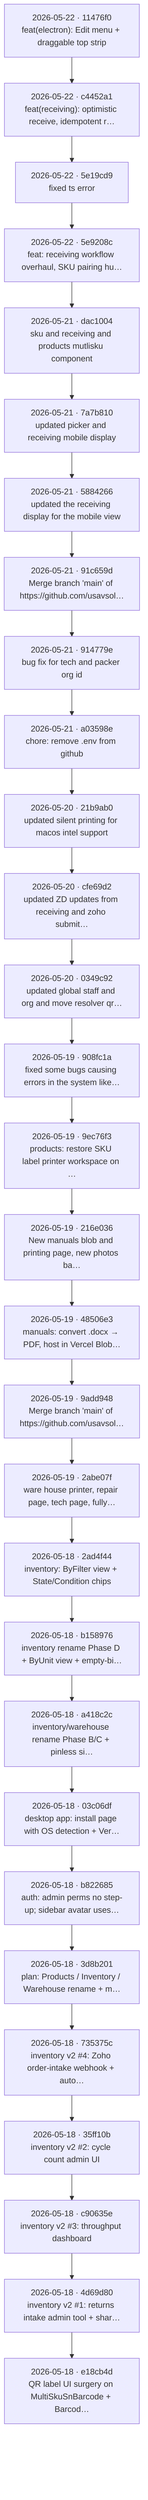
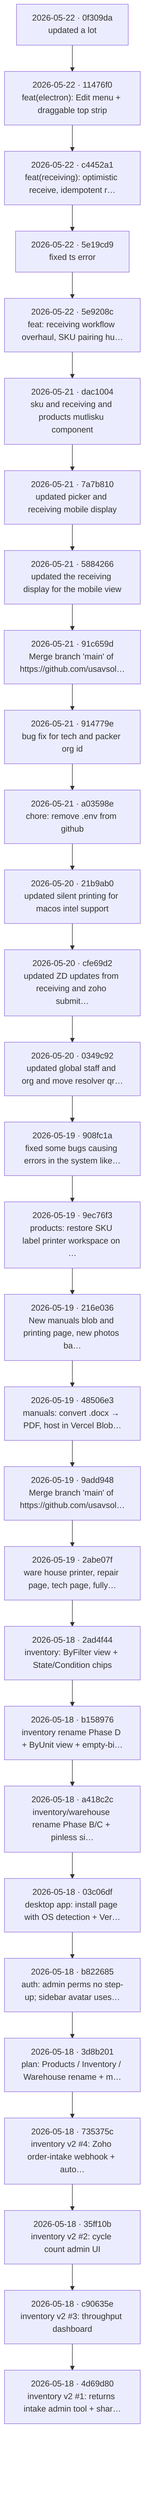
flowchart TB
-   c0["2026-05-22 · 11476f0<br/>feat(electron): Edit menu + draggable top strip"]
-   c1["2026-05-22 · c4452a1<br/>feat(receiving): optimistic receive, idempotent r…"]
+   c0["2026-05-22 · 0f309da<br/>updated a lot"]
+   c1["2026-05-22 · 11476f0<br/>feat(electron): Edit menu + draggable top strip"]
  c0 --> c1
-   c2["2026-05-22 · 5e19cd9<br/>fixed ts error"]
+   c2["2026-05-22 · c4452a1<br/>feat(receiving): optimistic receive, idempotent r…"]
  c1 --> c2
-   c3["2026-05-22 · 5e9208c<br/>feat: receiving workflow overhaul, SKU pairing hu…"]
+   c3["2026-05-22 · 5e19cd9<br/>fixed ts error"]
  c2 --> c3
-   c4["2026-05-21 · dac1004<br/>sku and receiving and products mutlisku component"]
+   c4["2026-05-22 · 5e9208c<br/>feat: receiving workflow overhaul, SKU pairing hu…"]
  c3 --> c4
-   c5["2026-05-21 · 7a7b810<br/>updated picker and receiving mobile display"]
+   c5["2026-05-21 · dac1004<br/>sku and receiving and products mutlisku component"]
  c4 --> c5
-   c6["2026-05-21 · 5884266<br/>updated the receiving display for the mobile view"]
+   c6["2026-05-21 · 7a7b810<br/>updated picker and receiving mobile display"]
  c5 --> c6
-   c7["2026-05-21 · 91c659d<br/>Merge branch 'main' of https://github.com/usavsol…"]
+   c7["2026-05-21 · 5884266<br/>updated the receiving display for the mobile view"]
  c6 --> c7
-   c8["2026-05-21 · 914779e<br/>bug fix for tech and packer org id"]
+   c8["2026-05-21 · 91c659d<br/>Merge branch 'main' of https://github.com/usavsol…"]
  c7 --> c8
-   c9["2026-05-21 · a03598e<br/>chore: remove .env from github"]
+   c9["2026-05-21 · 914779e<br/>bug fix for tech and packer org id"]
  c8 --> c9
-   c10["2026-05-20 · 21b9ab0<br/>updated silent printing for macos intel support"]
+   c10["2026-05-21 · a03598e<br/>chore: remove .env from github"]
  c9 --> c10
-   c11["2026-05-20 · cfe69d2<br/>updated ZD updates from receiving and zoho submit…"]
+   c11["2026-05-20 · 21b9ab0<br/>updated silent printing for macos intel support"]
  c10 --> c11
-   c12["2026-05-20 · 0349c92<br/>updated global staff and org and move resolver qr…"]
+   c12["2026-05-20 · cfe69d2<br/>updated ZD updates from receiving and zoho submit…"]
  c11 --> c12
-   c13["2026-05-19 · 908fc1a<br/>fixed some bugs causing errors in the system like…"]
+   c13["2026-05-20 · 0349c92<br/>updated global staff and org and move resolver qr…"]
  c12 --> c13
-   c14["2026-05-19 · 9ec76f3<br/>products: restore SKU label printer workspace on …"]
+   c14["2026-05-19 · 908fc1a<br/>fixed some bugs causing errors in the system like…"]
  c13 --> c14
-   c15["2026-05-19 · 216e036<br/>New manuals blob and printing page, new photos ba…"]
+   c15["2026-05-19 · 9ec76f3<br/>products: restore SKU label printer workspace on …"]
  c14 --> c15
-   c16["2026-05-19 · 48506e3<br/>manuals: convert .docx → PDF, host in Vercel Blob…"]
+   c16["2026-05-19 · 216e036<br/>New manuals blob and printing page, new photos ba…"]
  c15 --> c16
-   c17["2026-05-19 · 9add948<br/>Merge branch 'main' of https://github.com/usavsol…"]
+   c17["2026-05-19 · 48506e3<br/>manuals: convert .docx → PDF, host in Vercel Blob…"]
  c16 --> c17
-   c18["2026-05-19 · 2abe07f<br/>ware house printer, repair page, tech page, fully…"]
+   c18["2026-05-19 · 9add948<br/>Merge branch 'main' of https://github.com/usavsol…"]
  c17 --> c18
-   c19["2026-05-18 · 2ad4f44<br/>inventory: ByFilter view + State/Condition chips"]
+   c19["2026-05-19 · 2abe07f<br/>ware house printer, repair page, tech page, fully…"]
  c18 --> c19
-   c20["2026-05-18 · b158976<br/>inventory rename Phase D + ByUnit view + empty-bi…"]
+   c20["2026-05-18 · 2ad4f44<br/>inventory: ByFilter view + State/Condition chips"]
  c19 --> c20
-   c21["2026-05-18 · a418c2c<br/>inventory/warehouse rename Phase B/C + pinless si…"]
+   c21["2026-05-18 · b158976<br/>inventory rename Phase D + ByUnit view + empty-bi…"]
  c20 --> c21
-   c22["2026-05-18 · 03c06df<br/>desktop app: install page with OS detection + Ver…"]
+   c22["2026-05-18 · a418c2c<br/>inventory/warehouse rename Phase B/C + pinless si…"]
  c21 --> c22
-   c23["2026-05-18 · b822685<br/>auth: admin perms no step-up; sidebar avatar uses…"]
+   c23["2026-05-18 · 03c06df<br/>desktop app: install page with OS detection + Ver…"]
  c22 --> c23
-   c24["2026-05-18 · 3d8b201<br/>plan: Products / Inventory / Warehouse rename + m…"]
+   c24["2026-05-18 · b822685<br/>auth: admin perms no step-up; sidebar avatar uses…"]
  c23 --> c24
-   c25["2026-05-18 · 735375c<br/>inventory v2 #4: Zoho order-intake webhook + auto…"]
+   c25["2026-05-18 · 3d8b201<br/>plan: Products / Inventory / Warehouse rename + m…"]
  c24 --> c25
-   c26["2026-05-18 · 35ff10b<br/>inventory v2 #2: cycle count admin UI"]
+   c26["2026-05-18 · 735375c<br/>inventory v2 #4: Zoho order-intake webhook + auto…"]
  c25 --> c26
-   c27["2026-05-18 · c90635e<br/>inventory v2 #3: throughput dashboard"]
+   c27["2026-05-18 · 35ff10b<br/>inventory v2 #2: cycle count admin UI"]
  c26 --> c27
-   c28["2026-05-18 · 4d69d80<br/>inventory v2 #1: returns intake admin tool + shar…"]
+   c28["2026-05-18 · c90635e<br/>inventory v2 #3: throughput dashboard"]
  c27 --> c28
-   c29["2026-05-18 · e18cb4d<br/>QR label UI surgery on MultiSkuSnBarcode + Barcod…"]
+   c29["2026-05-18 · 4d69d80<br/>inventory v2 #1: returns intake admin tool + shar…"]
  c28 --> c29